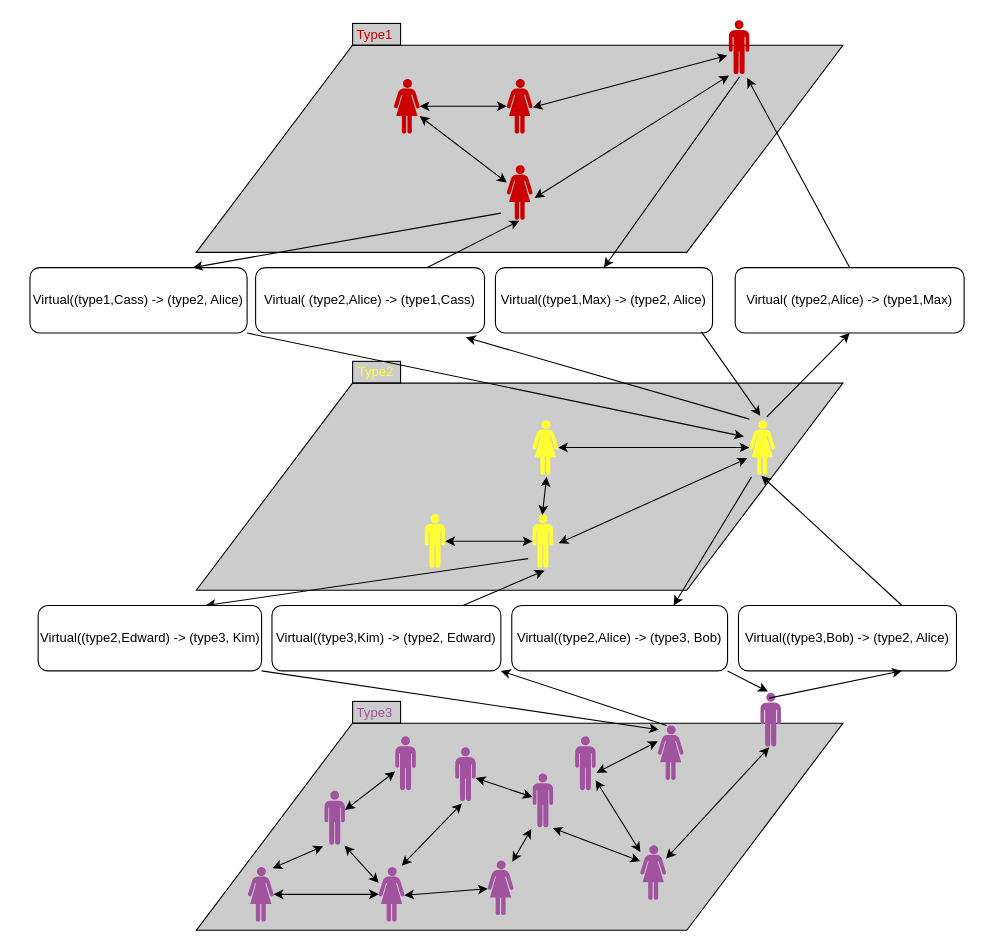
josura/c2c-sepia keeps this draw.io diagram as docs/images/networkOfNetworkVirtualTypesFiner.drawio. Above is the earlier version. Source tidied: cells renumbered, new cells numbered last; positions are measured from the earlier drawing's top-left corner, leaving out a move shared by most shapes. Both pictures are drawn from the tidied source at 109%, with x=0, y=0 at pixel (29, 19).
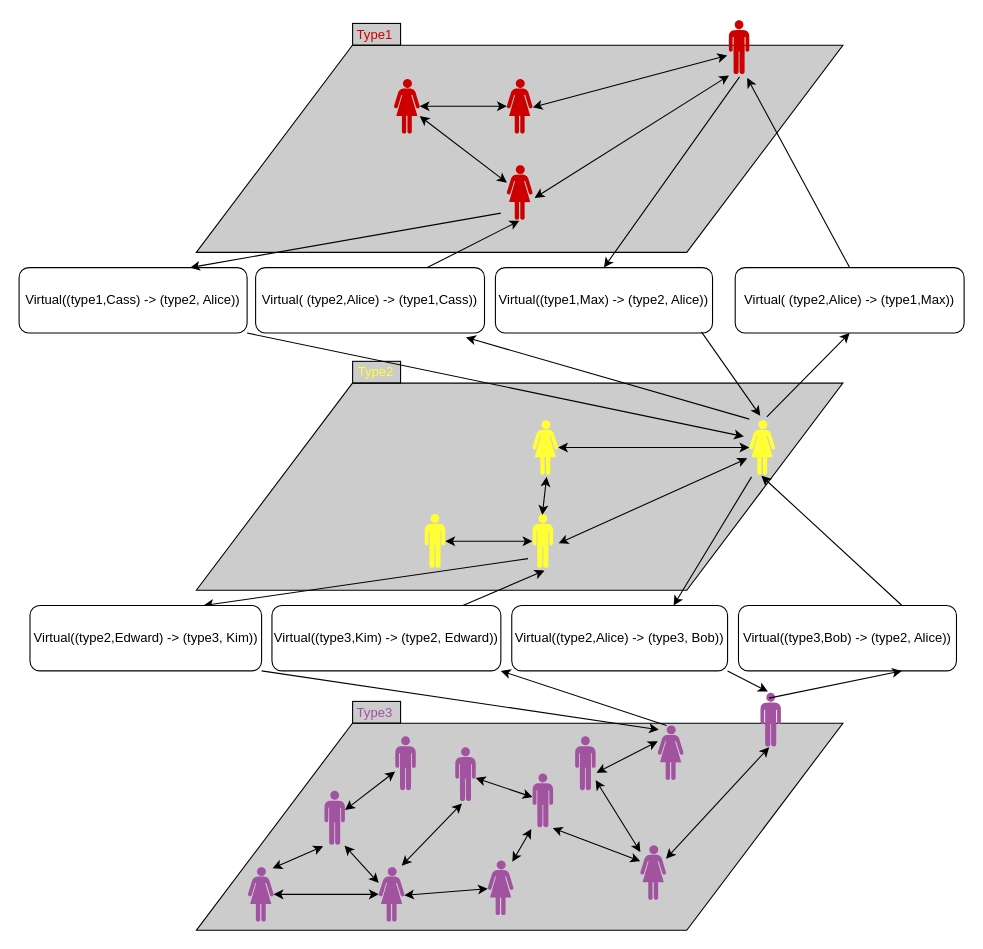
The same diagram, later.

Diff of the diagram source:
```diff
@@
-    <mxCell id="50" value="Virtual((type3,Bob) -&amp;gt; (type2, Alice)" style="rounded=1;whiteSpace=wrap;html=1;" parent="1" vertex="1">
+    <mxCell id="50" value="Virtual((type3,Bob) -&amp;gt; (type2, Alice))" style="rounded=1;whiteSpace=wrap;html=1;" parent="1" vertex="1">
       <mxGeometry x="650" y="538" width="200" height="60" as="geometry" />
     </mxCell>
@@
-    <mxCell id="55" value="Virtual((type2,Alice) -&amp;gt; (type3, Bob)" style="rounded=1;whiteSpace=wrap;html=1;" parent="1" vertex="1">
+    <mxCell id="55" value="Virtual((type2,Alice) -&amp;gt; (type3, Bob))" style="rounded=1;whiteSpace=wrap;html=1;" parent="1" vertex="1">
       <mxGeometry x="442" y="538" width="198" height="60" as="geometry" />
     </mxCell>
@@
-    <mxCell id="60" value="Virtual( (type2,Alice) -&amp;gt; (type1,Max)" style="rounded=1;whiteSpace=wrap;html=1;" parent="1" vertex="1">
+    <mxCell id="60" value="Virtual( (type2,Alice) -&amp;gt; (type1,Max))" style="rounded=1;whiteSpace=wrap;html=1;" parent="1" vertex="1">
       <mxGeometry x="647" y="228" width="210" height="60" as="geometry" />
     </mxCell>
-    <mxCell id="61" value="Virtual((type1,Max) -&amp;gt; (type2, Alice)" style="rounded=1;whiteSpace=wrap;html=1;" parent="1" vertex="1">
+    <mxCell id="61" value="Virtual((type1,Max) -&amp;gt; (type2, Alice))" style="rounded=1;whiteSpace=wrap;html=1;" parent="1" vertex="1">
       <mxGeometry x="427" y="228" width="199.2" height="60" as="geometry" />
     </mxCell>
@@
-    <mxCell id="66" value="Virtual((type3,Kim) -&amp;gt; (type2, Edward)" style="rounded=1;whiteSpace=wrap;html=1;" parent="1" vertex="1">
+    <mxCell id="66" value="Virtual((type3,Kim) -&amp;gt; (type2, Edward))" style="rounded=1;whiteSpace=wrap;html=1;" parent="1" vertex="1">
       <mxGeometry x="222" y="538" width="210" height="60" as="geometry" />
     </mxCell>
-    <mxCell id="67" value="Virtual((type2,Edward) -&amp;gt; (type3, Kim)" style="rounded=1;whiteSpace=wrap;html=1;" parent="1" vertex="1">
-      <mxGeometry x="7.5" y="538" width="205" height="60" as="geometry" />
+    <mxCell id="67" value="Virtual((type2,Edward) -&amp;gt; (type3, Kim))" style="rounded=1;whiteSpace=wrap;html=1;" parent="1" vertex="1">
+      <mxGeometry y="538" width="212.5" height="60" as="geometry" />
     </mxCell>
-    <mxCell id="68" value="Virtual( (type2,Alice) -&amp;gt; (type1,Cass)" style="rounded=1;whiteSpace=wrap;html=1;" parent="1" vertex="1">
+    <mxCell id="68" value="Virtual( (type2,Alice) -&amp;gt; (type1,Cass))" style="rounded=1;whiteSpace=wrap;html=1;" parent="1" vertex="1">
       <mxGeometry x="207" y="228" width="210" height="60" as="geometry" />
     </mxCell>
-    <mxCell id="69" value="Virtual((type1,Cass) -&amp;gt; (type2, Alice)" style="rounded=1;whiteSpace=wrap;html=1;" parent="1" vertex="1">
-      <mxGeometry y="228" width="199.2" height="60" as="geometry" />
+    <mxCell id="69" value="Virtual((type1,Cass) -&amp;gt; (type2, Alice))" style="rounded=1;whiteSpace=wrap;html=1;" parent="1" vertex="1">
+      <mxGeometry x="-10" y="228" width="209.2" height="60" as="geometry" />
     </mxCell>
```
